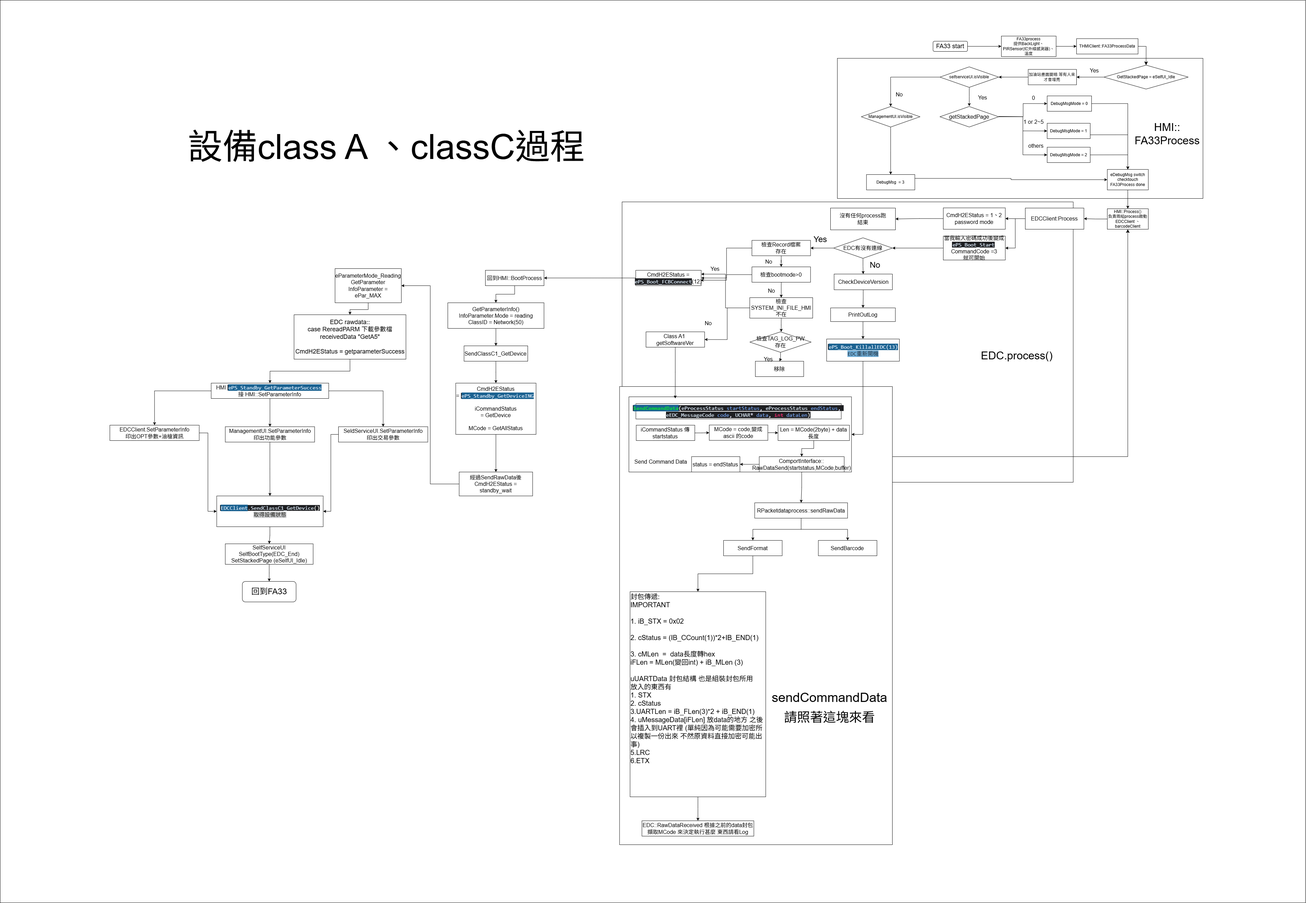
Before: HMI流程圖.png, a diagram exported from draw.io (AXQuestion/-). Source tidied: cells renumbered, new cells last; positions are measured from the earlier drawing's top-left corner, leaving out a move shared by most shapes.
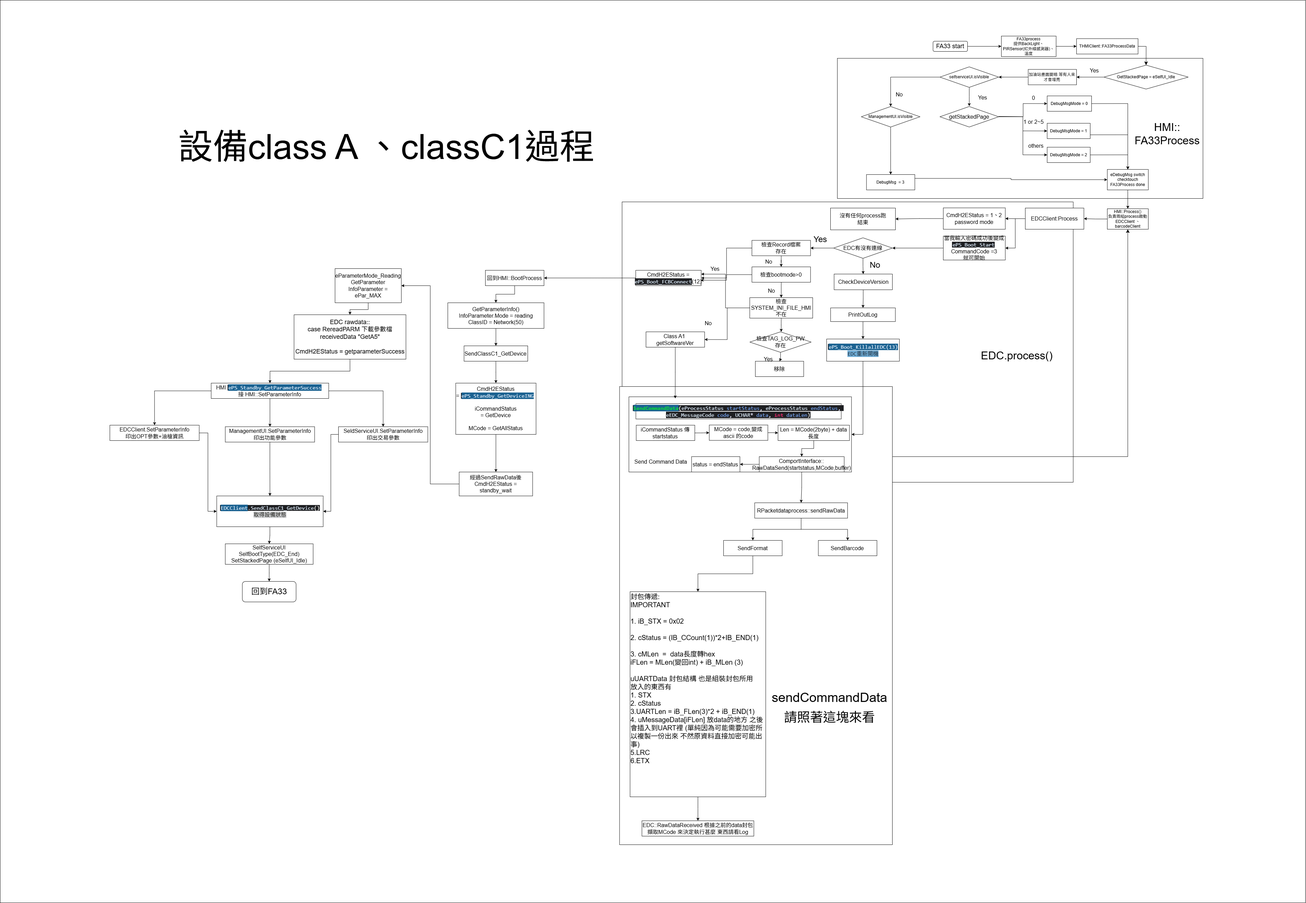
Later version of the same file.

Commit message:
更新HMI流程圖.png

Diff of the diagram source:
```diff
@@ -419,8 +419,8 @@
     <mxCell id="138" value="&lt;font style=&quot;color: light-dark(rgb(0, 0, 0), rgb(0, 0, 0));&quot;&gt;回到FA33&lt;/font&gt;" style="rounded=1;whiteSpace=wrap;html=1;fontSize=24;labelBackgroundColor=light-dark(#FFFFFF,#FFAC30);" parent="1" vertex="1">
       <mxGeometry x="708.7" y="1700" width="157.3" height="60" as="geometry" />
     </mxCell>
-    <mxCell id="139" value="設備class A 、classC過程" style="text;html=1;align=center;verticalAlign=middle;strokeColor=none;fillColor=none;fontSize=102;" parent="1" vertex="1">
-      <mxGeometry x="535" y="360" width="1190" height="140" as="geometry" />
+    <mxCell id="139" value="設備class A 、classC1過程" style="text;html=1;align=center;verticalAlign=middle;strokeColor=none;fillColor=none;fontSize=102;" parent="1" vertex="1">
+      <mxGeometry x="510" y="360" width="1240" height="140" as="geometry" />
     </mxCell>
   </root>
 </mxGraphModel>
```
